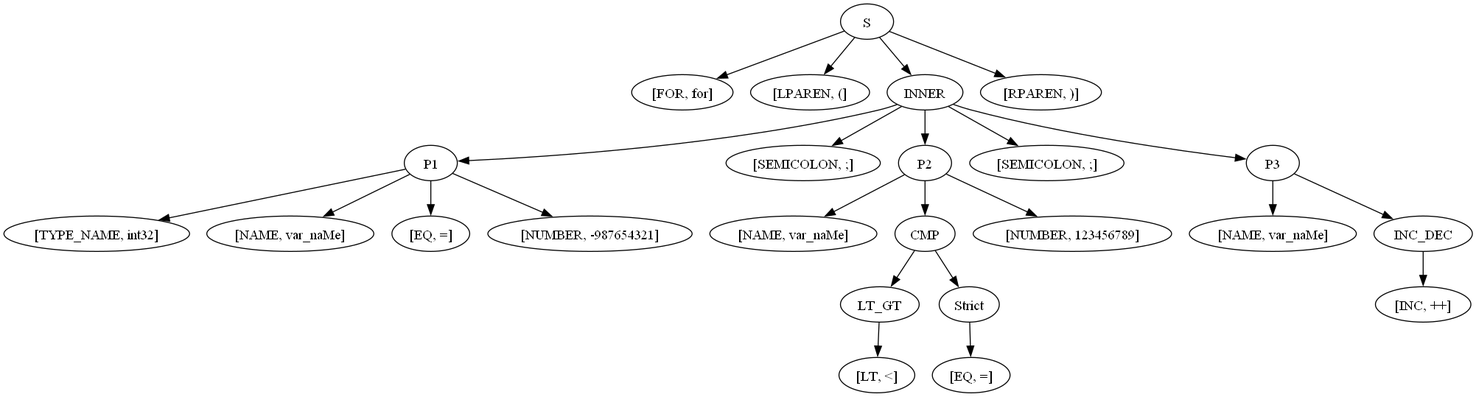
Earlier version of the Graphviz export DescendingForParser/src/main/scala/out/graph.dot.png (BrainCallus/Translation-Methods). Its source is kept beside it as DescendingForParser/src/main/scala/out/graph.dot.
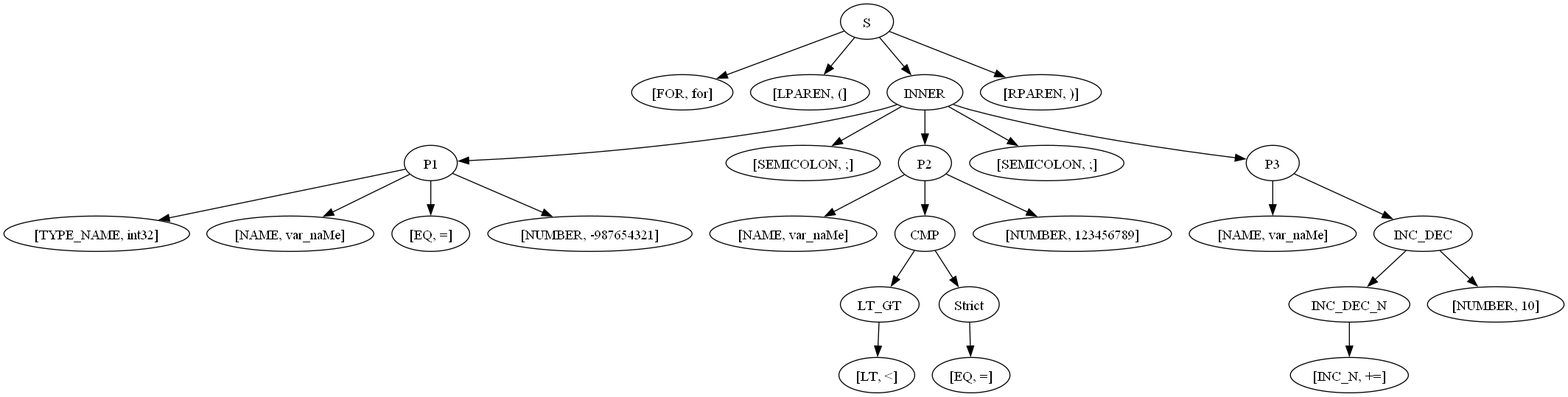
The same file after the commit.

Change to the diagram source:
```diff
@@ -42,8 +42,12 @@
 19 -> 20
 21 [label = "INC_DEC"]
 19 -> 21
-22 [label = "[INC, ++]"]
+22 [label = "INC_DEC_N"]
 21 -> 22
-23 [label = "[RPAREN, )]"]
-0 -> 23
+23 [label = "[INC_N, +=]"]
+22 -> 23
+24 [label = "[NUMBER, 10]"]
+21 -> 24
+25 [label = "[RPAREN, )]"]
+0 -> 25
 }
```
